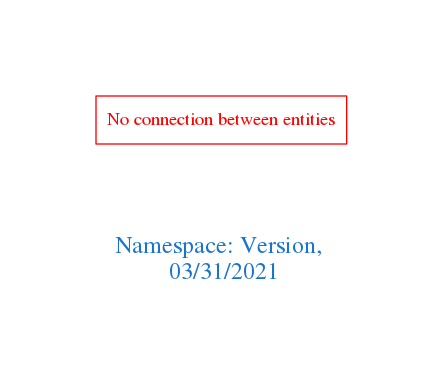
Earlier version of the Graphviz export downloads/Version.png (arago/OGIT). Its source is kept beside it as downloads/Version.dot.
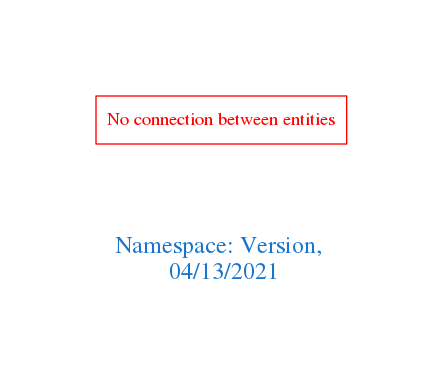
After the change.

Diff of the diagram source:
```diff
@@ -1,7 +1,7 @@
 digraph OGIT_ontology {
  graph [ rankdir= LR,pad=1
 fontsize = 18,
-fontcolor= dodgerblue3,label = "\n\n\nNamespace: Version, \n 03/31/2021"];
+fontcolor= dodgerblue3,label = "\n\n\nNamespace: Version, \n 04/13/2021"];
 node[shape=polygon];
 edge [  color="gray81"];
 
```
